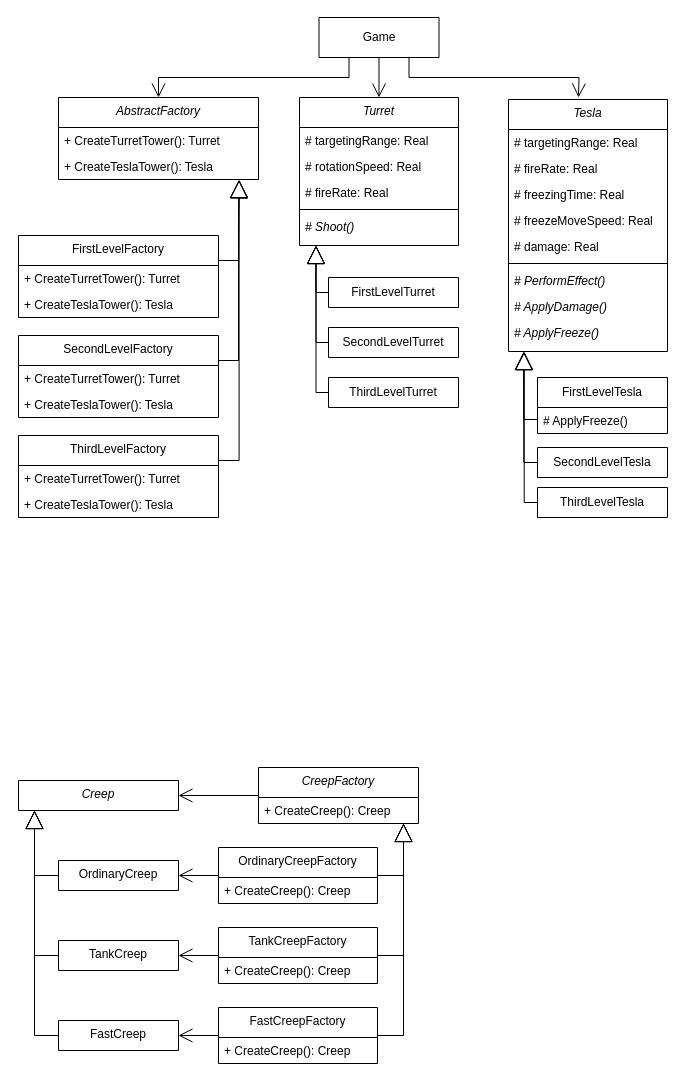
This is lab01/ClassDiagram.drawio from seanslinder/OOAD-2, a draw.io file, before an edit. Source tidied: cells renumbered, new cells numbered last; positions are measured from the earlier drawing's top-left corner, leaving out a move shared by most shapes. Both pictures are drawn from the tidied source at 100%, with x=0, y=0 at pixel (18, 17).
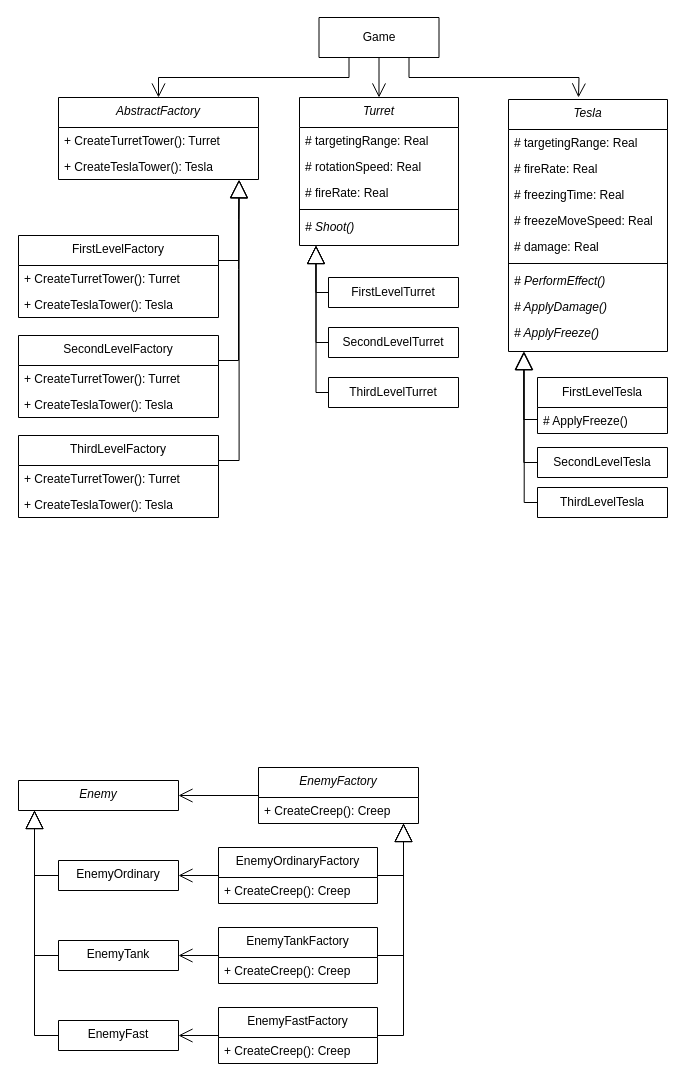
The same diagram, later.

Change to the diagram source:
```diff
@@
-    <mxCell id="29" value="&lt;span style=&quot;font-weight: normal;&quot;&gt;&lt;i&gt;CreepFactory&lt;/i&gt;&lt;/span&gt;" style="swimlane;fontStyle=1;align=center;verticalAlign=top;horizontal=1;startSize=30;whiteSpace=wrap;html=1;" parent="1" vertex="1">
+    <mxCell id="29" value="&lt;i style=&quot;font-weight: 400;&quot;&gt;Enemy&lt;/i&gt;&lt;span style=&quot;font-weight: normal;&quot;&gt;&lt;i&gt;Factory&lt;/i&gt;&lt;/span&gt;" style="swimlane;fontStyle=1;align=center;verticalAlign=top;horizontal=1;startSize=30;whiteSpace=wrap;html=1;" parent="1" vertex="1">
       <mxGeometry x="240" y="750" width="160" height="56" as="geometry" />
     </mxCell>
@@
-    <mxCell id="31" value="&lt;span style=&quot;font-weight: normal;&quot;&gt;OrdinaryCreepFactory&lt;/span&gt;" style="swimlane;fontStyle=1;align=center;verticalAlign=top;horizontal=1;startSize=30;whiteSpace=wrap;html=1;" parent="1" vertex="1">
+    <mxCell id="31" value="&lt;span style=&quot;font-weight: 400;&quot;&gt;EnemyOrdinary&lt;/span&gt;&lt;span style=&quot;font-weight: normal;&quot;&gt;Factory&lt;/span&gt;" style="swimlane;fontStyle=1;align=center;verticalAlign=top;horizontal=1;startSize=30;whiteSpace=wrap;html=1;" parent="1" vertex="1">
       <mxGeometry x="200" y="830" width="159" height="56" as="geometry" />
     </mxCell>
@@
-    <mxCell id="33" value="&lt;span style=&quot;font-weight: normal;&quot;&gt;TankCreepFactory&lt;/span&gt;" style="swimlane;fontStyle=1;align=center;verticalAlign=top;horizontal=1;startSize=30;whiteSpace=wrap;html=1;" parent="1" vertex="1">
+    <mxCell id="33" value="&lt;span style=&quot;font-weight: 400;&quot;&gt;EnemyTank&lt;/span&gt;&lt;span style=&quot;font-weight: normal;&quot;&gt;Factory&lt;/span&gt;" style="swimlane;fontStyle=1;align=center;verticalAlign=top;horizontal=1;startSize=30;whiteSpace=wrap;html=1;" parent="1" vertex="1">
       <mxGeometry x="200" y="910" width="159" height="56" as="geometry" />
     </mxCell>
@@
-    <mxCell id="35" value="&lt;span style=&quot;font-weight: normal;&quot;&gt;FastCreepFactory&lt;/span&gt;" style="swimlane;fontStyle=1;align=center;verticalAlign=top;horizontal=1;startSize=30;whiteSpace=wrap;html=1;" parent="1" vertex="1">
+    <mxCell id="35" value="&lt;span style=&quot;font-weight: 400;&quot;&gt;EnemyFast&lt;/span&gt;&lt;span style=&quot;font-weight: normal;&quot;&gt;Factory&lt;/span&gt;" style="swimlane;fontStyle=1;align=center;verticalAlign=top;horizontal=1;startSize=30;whiteSpace=wrap;html=1;" parent="1" vertex="1">
       <mxGeometry x="200" y="990" width="159" height="56" as="geometry" />
     </mxCell>
@@
-    <mxCell id="40" value="&lt;span style=&quot;font-weight: normal;&quot;&gt;&lt;i&gt;Creep&lt;/i&gt;&lt;/span&gt;" style="swimlane;fontStyle=1;align=center;verticalAlign=top;horizontal=1;startSize=30;whiteSpace=wrap;html=1;" parent="1" vertex="1">
+    <mxCell id="40" value="&lt;span style=&quot;font-weight: normal;&quot;&gt;&lt;i&gt;Enemy&lt;/i&gt;&lt;/span&gt;" style="swimlane;fontStyle=1;align=center;verticalAlign=top;horizontal=1;startSize=30;whiteSpace=wrap;html=1;" parent="1" vertex="1">
       <mxGeometry y="763" width="160" height="30" as="geometry" />
     </mxCell>
-    <mxCell id="41" value="&lt;span style=&quot;font-weight: normal;&quot;&gt;OrdinaryCreep&lt;/span&gt;" style="swimlane;fontStyle=1;align=center;verticalAlign=top;horizontal=1;startSize=30;whiteSpace=wrap;html=1;" parent="1" vertex="1">
+    <mxCell id="41" value="&lt;span style=&quot;font-weight: normal;&quot;&gt;EnemyOrdinary&lt;/span&gt;" style="swimlane;fontStyle=1;align=center;verticalAlign=top;horizontal=1;startSize=30;whiteSpace=wrap;html=1;" parent="1" vertex="1">
       <mxGeometry x="40" y="843" width="120" height="30" as="geometry" />
     </mxCell>
-    <mxCell id="42" value="&lt;span style=&quot;font-weight: normal;&quot;&gt;TankCreep&lt;/span&gt;" style="swimlane;fontStyle=1;align=center;verticalAlign=top;horizontal=1;startSize=30;whiteSpace=wrap;html=1;" parent="1" vertex="1">
+    <mxCell id="42" value="&lt;span style=&quot;font-weight: normal;&quot;&gt;EnemyTank&lt;/span&gt;" style="swimlane;fontStyle=1;align=center;verticalAlign=top;horizontal=1;startSize=30;whiteSpace=wrap;html=1;" parent="1" vertex="1">
       <mxGeometry x="40" y="923" width="120" height="30" as="geometry" />
     </mxCell>
-    <mxCell id="43" value="&lt;span style=&quot;font-weight: normal;&quot;&gt;FastCreep&lt;/span&gt;" style="swimlane;fontStyle=1;align=center;verticalAlign=top;horizontal=1;startSize=30;whiteSpace=wrap;html=1;" parent="1" vertex="1">
+    <mxCell id="43" value="&lt;span style=&quot;font-weight: normal;&quot;&gt;EnemyFast&lt;/span&gt;" style="swimlane;fontStyle=1;align=center;verticalAlign=top;horizontal=1;startSize=30;whiteSpace=wrap;html=1;" parent="1" vertex="1">
       <mxGeometry x="40" y="1003" width="120" height="30" as="geometry" />
     </mxCell>
```
